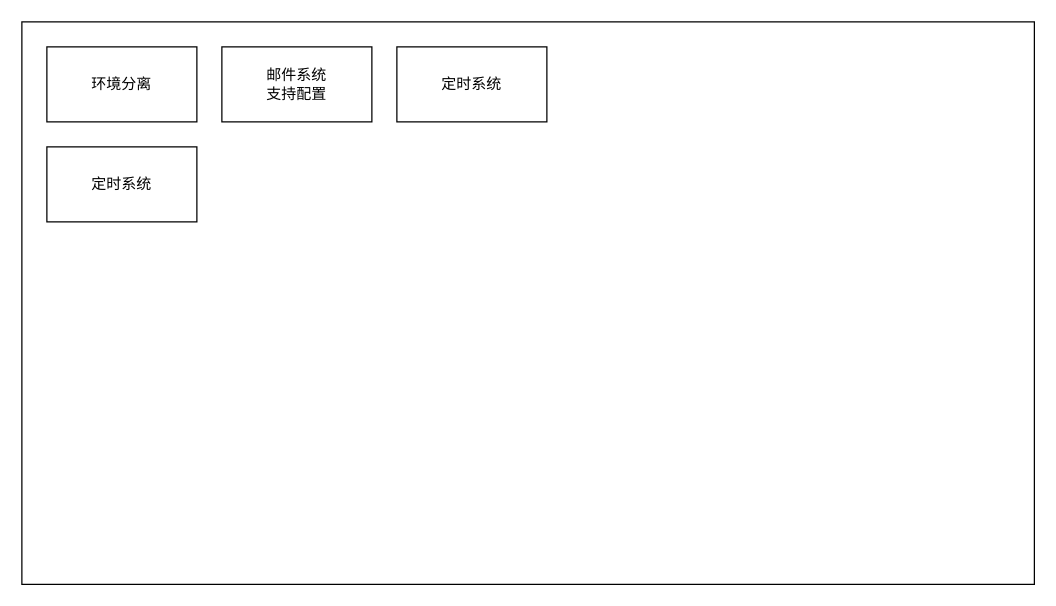
Above: 系统搭建基础.drawio in rishengcanye/DesignDiagram (draw.io), before the change. Source tidied: cells renumbered, new cells numbered last; positions are measured from the earlier drawing's top-left corner, leaving out a move shared by most shapes. Both pictures are drawn from the tidied source at 125%, with x=0, y=0 at pixel (21, 21).
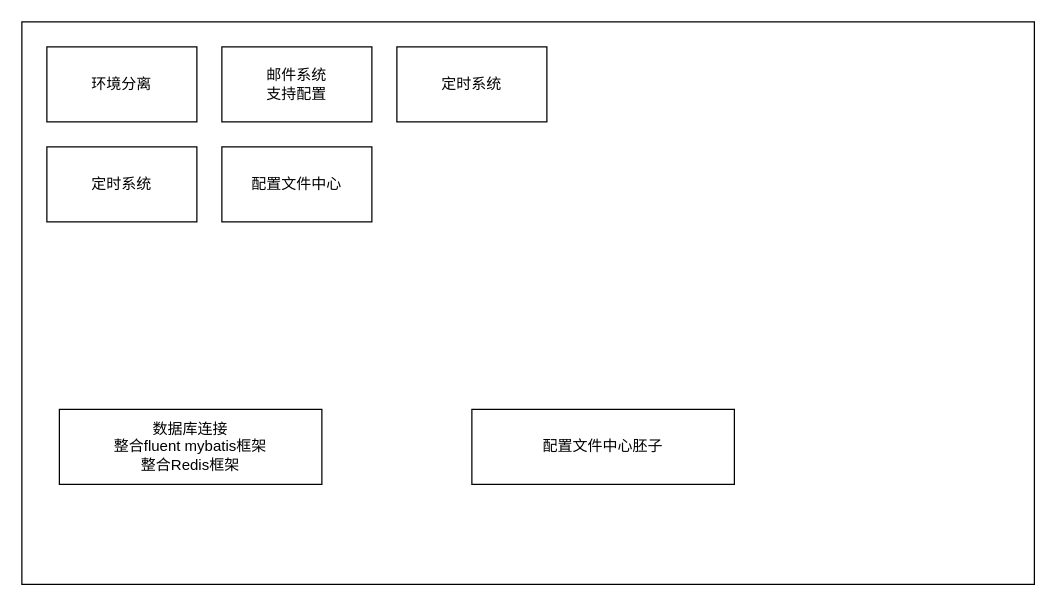
The same page after the edit.

Commit message (it also covers changes not shown here):
Update 系统搭建基础.drawio

The edit, as a diff of the source:
```diff
@@
 <mxGraphModel>
   <root>
     <mxCell id="0" />
     <mxCell id="1" parent="0" />
     <mxCell id="2" style="rounded=0;whiteSpace=wrap;html=1;" parent="1" vertex="1">
       <mxGeometry width="810" height="450" as="geometry" />
     </mxCell>
     <mxCell id="3" value="环境分离" style="rounded=0;whiteSpace=wrap;html=1;" parent="1" vertex="1">
       <mxGeometry x="20" y="20" width="120" height="60" as="geometry" />
     </mxCell>
     <mxCell id="4" value="邮件系统&lt;br&gt;支持配置" style="rounded=0;whiteSpace=wrap;html=1;" parent="1" vertex="1">
       <mxGeometry x="160" y="20" width="120" height="60" as="geometry" />
     </mxCell>
     <mxCell id="5" value="定时系统" style="rounded=0;whiteSpace=wrap;html=1;" parent="1" vertex="1">
       <mxGeometry x="300" y="20" width="120" height="60" as="geometry" />
     </mxCell>
     <mxCell id="6" value="定时系统" style="rounded=0;whiteSpace=wrap;html=1;" parent="1" vertex="1">
       <mxGeometry x="20" y="100" width="120" height="60" as="geometry" />
     </mxCell>
+    <mxCell id="7" value="数据库连接&lt;br&gt;整合fluent&amp;nbsp;mybatis框架&lt;br&gt;整合Redis框架" style="rounded=0;whiteSpace=wrap;html=1;" parent="1" vertex="1">
+      <mxGeometry x="30" y="310" width="210" height="60" as="geometry" />
+    </mxCell>
+    <mxCell id="8" value="配置文件中心胚子" style="rounded=0;whiteSpace=wrap;html=1;" parent="1" vertex="1">
+      <mxGeometry x="360" y="310" width="210" height="60" as="geometry" />
+    </mxCell>
+    <mxCell id="9" value="配置文件中心" style="rounded=0;whiteSpace=wrap;html=1;" parent="1" vertex="1">
+      <mxGeometry x="160" y="100" width="120" height="60" as="geometry" />
+    </mxCell>
   </root>
 </mxGraphModel>
```
